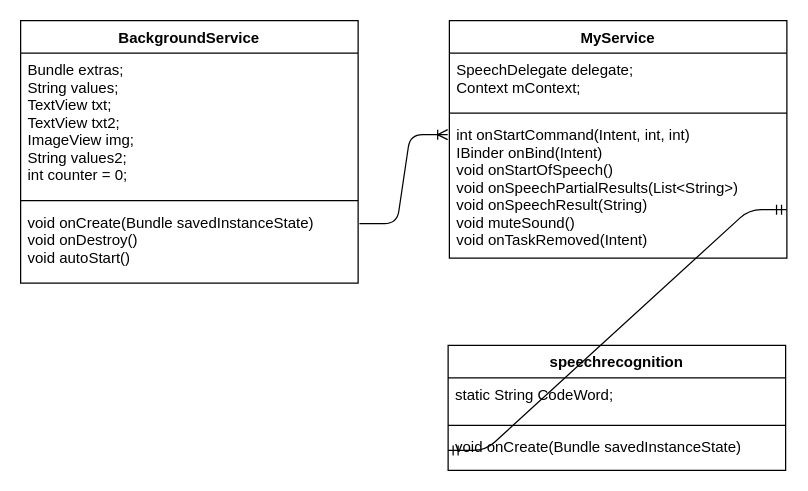
Above: UML-diagram/backgroundService class diagram.drawio in ish2nv/Computing-Project (draw.io), before the change. Source tidied: cells renumbered, new cells numbered last; positions are measured from the earlier drawing's top-left corner, leaving out a move shared by most shapes. Both pictures are drawn from the tidied source at 125%, with x=0, y=0 at pixel (20, 20).
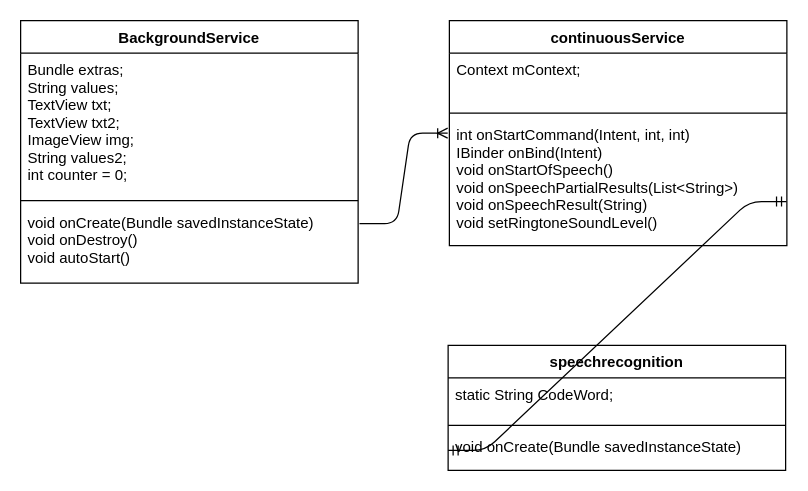
After the change.

Diff of the diagram source:
```diff
@@
 <mxGraphModel>
   <root>
     <mxCell id="0" />
     <mxCell id="1" parent="0" />
     <mxCell id="2" value="BackgroundService" style="swimlane;fontStyle=1;align=center;verticalAlign=top;horizontal=1;startSize=26;" parent="1" vertex="1">
       <mxGeometry width="270" height="210" as="geometry" />
     </mxCell>
     <mxCell id="3" value="Bundle extras;&#10;String values;&#10;TextView txt;&#10;TextView txt2;&#10;ImageView img;&#10;String values2;&#10;int counter = 0;" style="text;strokeColor=none;fillColor=none;align=left;verticalAlign=top;spacingLeft=4;spacingRight=4;overflow=hidden;" parent="2" vertex="1">
       <mxGeometry y="26" width="270" height="114" as="geometry" />
     </mxCell>
     <mxCell id="4" style="line;strokeWidth=1;fillColor=none;align=left;verticalAlign=middle;spacingTop=-1;spacingLeft=3;spacingRight=3;labelPosition=right;" parent="2" vertex="1">
       <mxGeometry y="140" width="270" height="8" as="geometry" />
     </mxCell>
     <mxCell id="5" value="void onCreate(Bundle savedInstanceState)&#10;void onDestroy()&#10;void autoStart()&#10;&#10;" style="text;strokeColor=none;fillColor=none;align=left;verticalAlign=top;spacingLeft=4;spacingRight=4;overflow=hidden;points=[[0,0.5],[1,0.5]];portConstraint=eastwest;" parent="2" vertex="1">
       <mxGeometry y="148" width="270" height="62" as="geometry" />
     </mxCell>
-    <mxCell id="6" value="MyService" style="swimlane;fontStyle=1;align=center;verticalAlign=top;horizontal=1;startSize=26;" parent="1" vertex="1">
-      <mxGeometry x="343" width="270" height="190" as="geometry" />
+    <mxCell id="6" value="continuousService" style="swimlane;fontStyle=1;align=center;verticalAlign=top;horizontal=1;startSize=26;" parent="1" vertex="1">
+      <mxGeometry x="343" width="270" height="180" as="geometry" />
     </mxCell>
-    <mxCell id="7" value="SpeechDelegate delegate;&#10;Context mContext;" style="text;strokeColor=none;fillColor=none;align=left;verticalAlign=top;spacingLeft=4;spacingRight=4;overflow=hidden;" parent="6" vertex="1">
+    <mxCell id="7" value="Context mContext;" style="text;strokeColor=none;fillColor=none;align=left;verticalAlign=top;spacingLeft=4;spacingRight=4;overflow=hidden;" parent="6" vertex="1">
       <mxGeometry y="26" width="270" height="44" as="geometry" />
     </mxCell>
     <mxCell id="8" style="line;strokeWidth=1;fillColor=none;align=left;verticalAlign=middle;spacingTop=-1;spacingLeft=3;spacingRight=3;labelPosition=right;" parent="6" vertex="1">
       <mxGeometry y="70" width="270" height="8" as="geometry" />
     </mxCell>
-    <mxCell id="9" value="int onStartCommand(Intent, int, int)&#10;IBinder onBind(Intent)&#10;void onStartOfSpeech()&#10;void onSpeechPartialResults(List&lt;String&gt;)&#10;void onSpeechResult(String)&#10;void muteSound()&#10;void onTaskRemoved(Intent)" style="text;strokeColor=none;fillColor=none;align=left;verticalAlign=top;spacingLeft=4;spacingRight=4;overflow=hidden;points=[[0,0.5],[1,0.5]];portConstraint=eastwest;" parent="6" vertex="1">
-      <mxGeometry y="78" width="270" height="112" as="geometry" />
+    <mxCell id="9" value="int onStartCommand(Intent, int, int)&#10;IBinder onBind(Intent)&#10;void onStartOfSpeech()&#10;void onSpeechPartialResults(List&lt;String&gt;)&#10;void onSpeechResult(String)&#10;void setRingtoneSoundLevel()&#10;&#10;" style="text;strokeColor=none;fillColor=none;align=left;verticalAlign=top;spacingLeft=4;spacingRight=4;overflow=hidden;points=[[0,0.5],[1,0.5]];portConstraint=eastwest;" parent="6" vertex="1">
+      <mxGeometry y="78" width="270" height="102" as="geometry" />
     </mxCell>
     <mxCell id="10" value="speechrecognition" style="swimlane;fontStyle=1;align=center;verticalAlign=top;horizontal=1;startSize=26;" parent="1" vertex="1">
       <mxGeometry x="342" y="259.8" width="270" height="100" as="geometry" />
     </mxCell>
     <mxCell id="11" value="static String CodeWord;&#10;" style="text;strokeColor=none;fillColor=none;align=left;verticalAlign=top;spacingLeft=4;spacingRight=4;overflow=hidden;" parent="10" vertex="1">
       <mxGeometry y="26" width="270" height="34" as="geometry" />
     </mxCell>
     <mxCell id="12" style="line;strokeWidth=1;fillColor=none;align=left;verticalAlign=middle;spacingTop=-1;spacingLeft=3;spacingRight=3;labelPosition=right;" parent="10" vertex="1">
       <mxGeometry y="60" width="270" height="8" as="geometry" />
     </mxCell>
     <mxCell id="13" value="void onCreate(Bundle savedInstanceState)&#10;&#10;" style="text;strokeColor=none;fillColor=none;align=left;verticalAlign=top;spacingLeft=4;spacingRight=4;overflow=hidden;points=[[0,0.5],[1,0.5]];portConstraint=eastwest;" parent="10" vertex="1">
       <mxGeometry y="68" width="270" height="32" as="geometry" />
     </mxCell>
     <mxCell id="14" style="edgeStyle=entityRelationEdgeStyle;fontSize=12;html=1;endArrow=ERmandOne;startArrow=ERmandOne;entryX=0;entryY=0.5;entryDx=0;entryDy=0;exitX=0.999;exitY=0.654;exitDx=0;exitDy=0;exitPerimeter=0;" parent="1" edge="1" source="9" target="13">
       <mxGeometry relative="1" as="geometry" />
     </mxCell>
     <mxCell id="15" style="edgeStyle=entityRelationEdgeStyle;fontSize=12;html=1;endArrow=ERoneToMany;exitX=1.004;exitY=0.232;exitDx=0;exitDy=0;exitPerimeter=0;entryX=-0.005;entryY=0.118;entryDx=0;entryDy=0;entryPerimeter=0;" parent="1" edge="1" source="5" target="9">
       <mxGeometry relative="1" as="geometry" />
     </mxCell>
   </root>
 </mxGraphModel>
```
